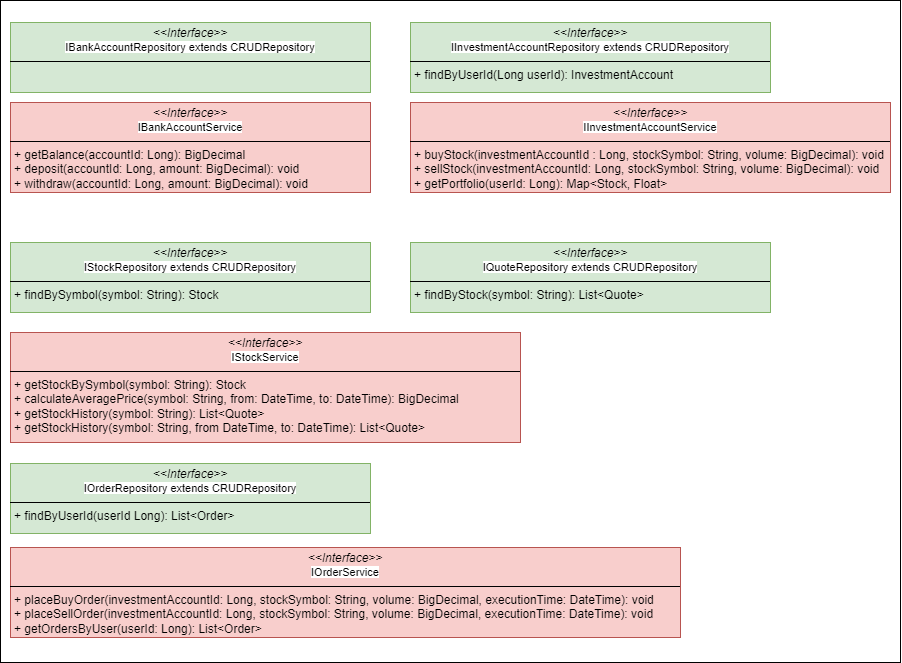
This is doc/diagrams/STACS_Finance_Interfaces.png from djthomann/FinancePepjekt, a draw.io export, as it was before one commit. Source tidied: cells renumbered, new cells last; positions are measured from the earlier drawing's top-left corner, leaving out a move shared by most shapes.
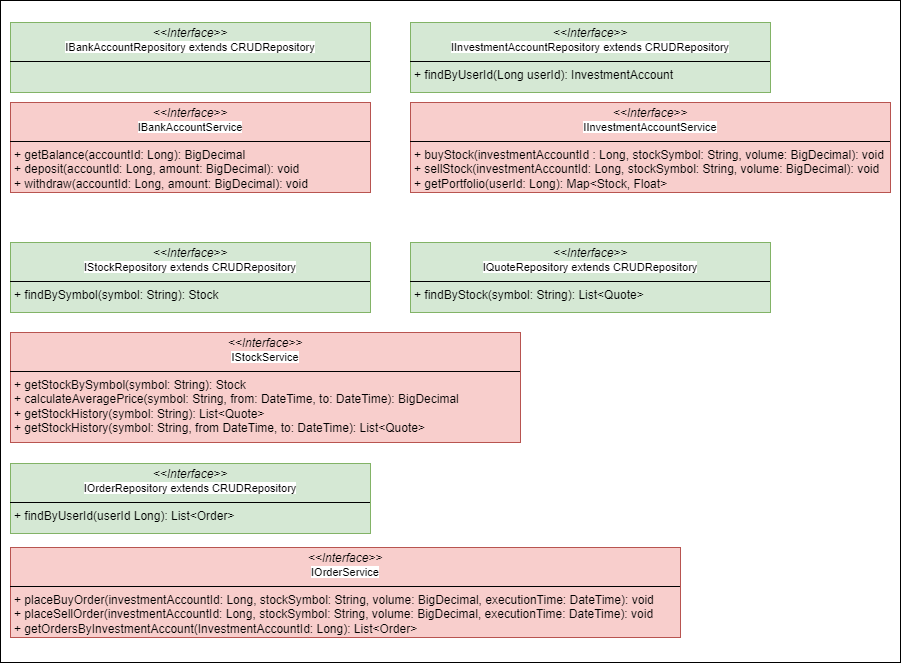
Above is the later version.

Commit message:
FEATURE: Add interfaces IBankAccountService, IInvestmentAccountService, IOrderService, IStockService

What changed in the source:
```diff
@@ -23,7 +23,7 @@
     <mxCell id="8" value="&lt;p style=&quot;margin:0px;margin-top:4px;text-align:center;&quot;&gt;&lt;i&gt;&amp;lt;&amp;lt;Interface&amp;gt;&amp;gt;&lt;/i&gt;&lt;br&gt;&lt;span style=&quot;font-size: 11px; text-wrap-mode: nowrap; background-color: rgb(255, 255, 255);&quot;&gt;IInvestmentAccountService&lt;/span&gt;&lt;/p&gt;&lt;hr size=&quot;1&quot; style=&quot;border-style:solid;&quot;&gt;&lt;p style=&quot;margin:0px;margin-left:4px;&quot;&gt;+ buyStock(investmentAccountId : Long, stockSymbol: String, volume: BigDecimal): void&lt;/p&gt;&lt;p style=&quot;margin:0px;margin-left:4px;&quot;&gt;+ sellStock(investmentAccountId: Long, stockSymbol: String, volume: BigDecimal): void&lt;br&gt;+ getPortfolio(userId: Long): Map&amp;lt;Stock, Float&amp;gt;&lt;/p&gt;" style="verticalAlign=top;align=left;overflow=fill;html=1;whiteSpace=wrap;fillColor=#f8cecc;strokeColor=#b85450;" parent="1" vertex="1">
       <mxGeometry x="410" y="102" width="480" height="90" as="geometry" />
     </mxCell>
-    <mxCell id="9" value="&lt;p style=&quot;margin:0px;margin-top:4px;text-align:center;&quot;&gt;&lt;i&gt;&amp;lt;&amp;lt;Interface&amp;gt;&amp;gt;&lt;/i&gt;&lt;br&gt;&lt;span style=&quot;font-size: 11px; text-wrap-mode: nowrap; background-color: rgb(255, 255, 255);&quot;&gt;IOrderService&lt;/span&gt;&lt;/p&gt;&lt;hr size=&quot;1&quot; style=&quot;border-style:solid;&quot;&gt;&lt;p style=&quot;margin:0px;margin-left:4px;&quot;&gt;+ placeBuyOrder(investmentAccountId: Long, stockSymbol: String, volume: BigDecimal, executionTime: DateTime): void&lt;/p&gt;&lt;p style=&quot;margin:0px;margin-left:4px;&quot;&gt;+ placeSellOrder(investmentAccountId: Long, stockSymbol: String,&amp;nbsp;volume:&amp;nbsp;BigDecimal&lt;span style=&quot;background-color: initial;&quot;&gt;,&amp;nbsp;&lt;/span&gt;&lt;span style=&quot;background-color: initial;&quot;&gt;executionTime: DateTime&lt;/span&gt;&lt;span style=&quot;background-color: initial;&quot;&gt;): void&lt;/span&gt;&lt;/p&gt;&lt;p style=&quot;margin:0px;margin-left:4px;&quot;&gt;&lt;span style=&quot;background-color: initial;&quot;&gt;+ getOrdersByUser(userId: Long): List&amp;lt;Order&amp;gt;&lt;/span&gt;&lt;/p&gt;" style="verticalAlign=top;align=left;overflow=fill;html=1;whiteSpace=wrap;fillColor=#f8cecc;strokeColor=#b85450;" parent="1" vertex="1">
+    <mxCell id="9" value="&lt;p style=&quot;margin:0px;margin-top:4px;text-align:center;&quot;&gt;&lt;i&gt;&amp;lt;&amp;lt;Interface&amp;gt;&amp;gt;&lt;/i&gt;&lt;br&gt;&lt;span style=&quot;font-size: 11px; text-wrap-mode: nowrap; background-color: rgb(255, 255, 255);&quot;&gt;IOrderService&lt;/span&gt;&lt;/p&gt;&lt;hr size=&quot;1&quot; style=&quot;border-style:solid;&quot;&gt;&lt;p style=&quot;margin:0px;margin-left:4px;&quot;&gt;+ placeBuyOrder(investmentAccountId: Long, stockSymbol: String, volume: BigDecimal, executionTime: DateTime): void&lt;/p&gt;&lt;p style=&quot;margin:0px;margin-left:4px;&quot;&gt;+ placeSellOrder(investmentAccountId: Long, stockSymbol: String,&amp;nbsp;volume:&amp;nbsp;BigDecimal&lt;span style=&quot;background-color: initial;&quot;&gt;,&amp;nbsp;&lt;/span&gt;&lt;span style=&quot;background-color: initial;&quot;&gt;executionTime: DateTime&lt;/span&gt;&lt;span style=&quot;background-color: initial;&quot;&gt;): void&lt;/span&gt;&lt;/p&gt;&lt;p style=&quot;margin:0px;margin-left:4px;&quot;&gt;&lt;span style=&quot;background-color: initial;&quot;&gt;+ getOrdersByInvestmentAccount(InvestmentAccountId: Long): List&amp;lt;Order&amp;gt;&lt;/span&gt;&lt;/p&gt;" style="verticalAlign=top;align=left;overflow=fill;html=1;whiteSpace=wrap;fillColor=#f8cecc;strokeColor=#b85450;" parent="1" vertex="1">
       <mxGeometry x="10" y="547" width="670" height="90" as="geometry" />
     </mxCell>
     <mxCell id="10" value="&lt;p style=&quot;margin:0px;margin-top:4px;text-align:center;&quot;&gt;&lt;i&gt;&amp;lt;&amp;lt;Interface&amp;gt;&amp;gt;&lt;/i&gt;&lt;br&gt;&lt;span style=&quot;font-size: 11px; text-wrap-mode: nowrap; background-color: rgb(255, 255, 255);&quot;&gt;IOrderRepository extends CRUDRepository&lt;/span&gt;&lt;/p&gt;&lt;hr size=&quot;1&quot; style=&quot;border-style:solid;&quot;&gt;&lt;p style=&quot;margin:0px;margin-left:4px;&quot;&gt;+ findByUserId(userId Long): List&amp;lt;Order&amp;gt;&lt;/p&gt;" style="verticalAlign=top;align=left;overflow=fill;html=1;whiteSpace=wrap;fillColor=#d5e8d4;strokeColor=#82b366;" parent="1" vertex="1">
```
